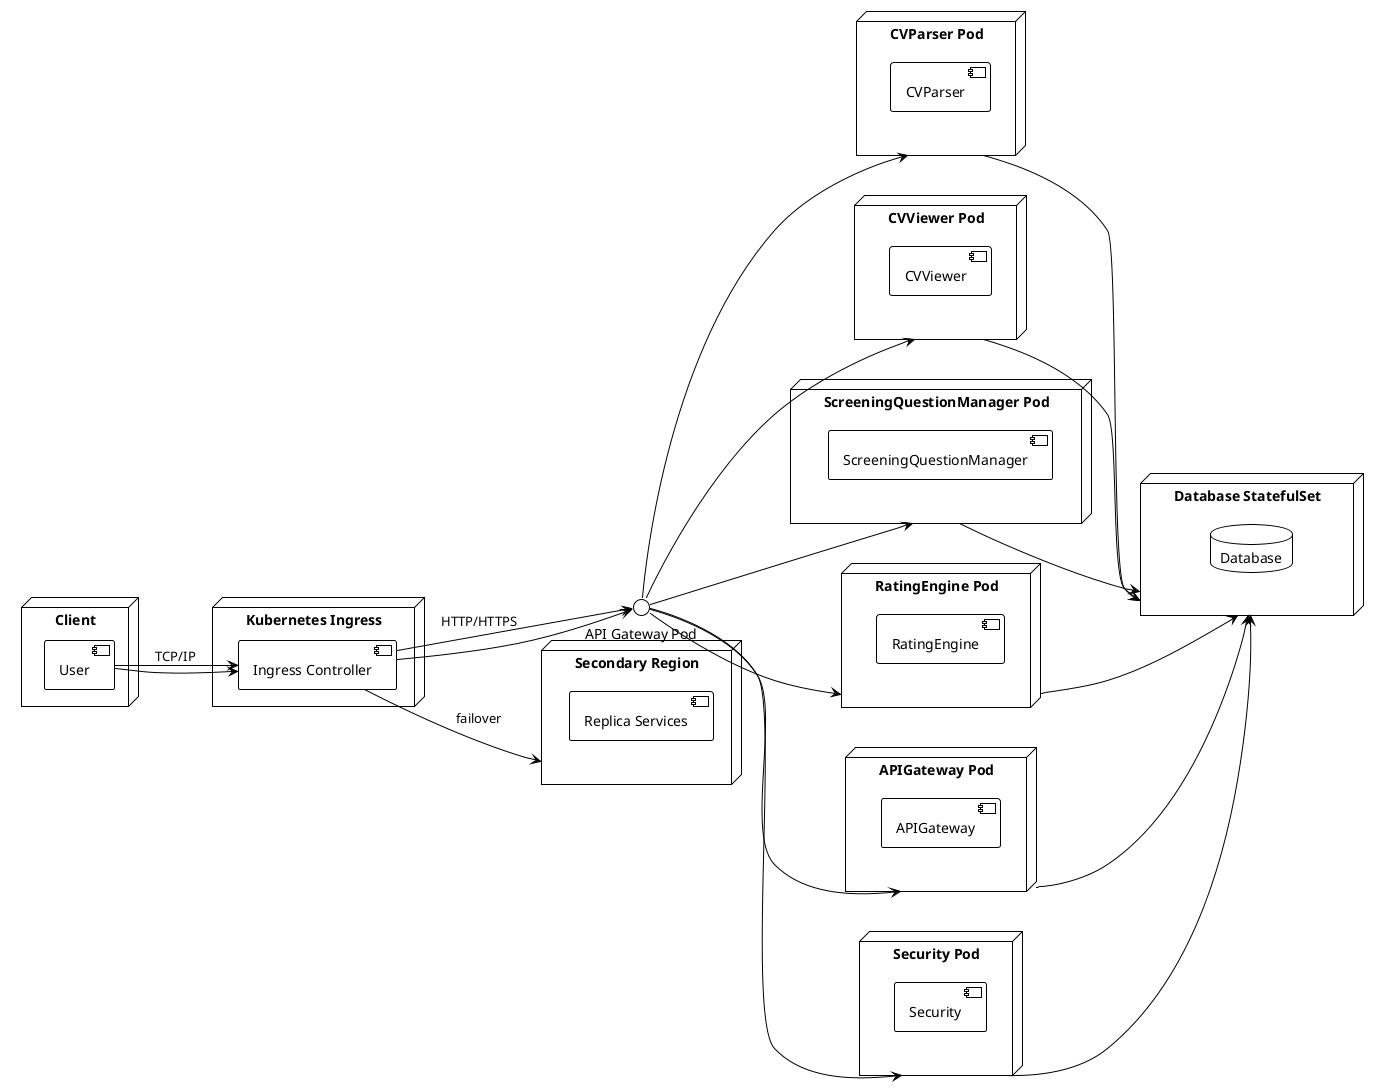
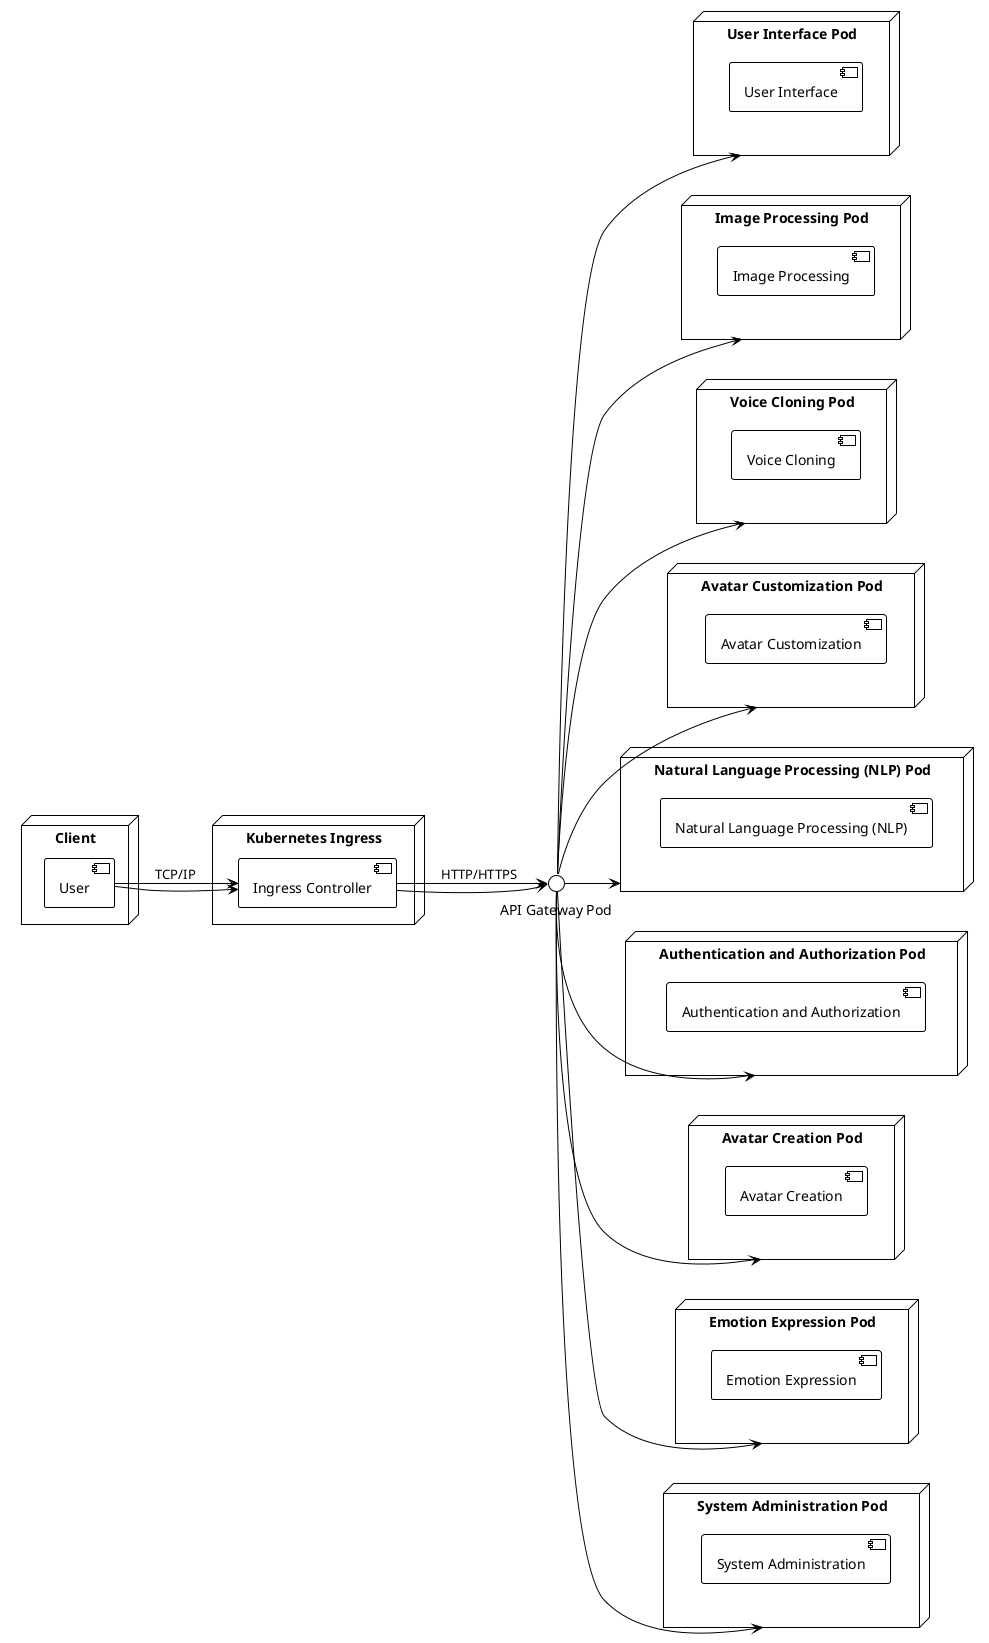
@startuml
!theme plain
left to right direction
node "Client" {
  component "User"
}
node "Kubernetes Ingress" {
  component "Ingress Controller"
}
- node "CVParser Pod" {
-   component "CVParser"
+ node "User Interface Pod" {
+   component "User Interface"
}
- node "CVViewer Pod" {
-   component "CVViewer"
+ node "Image Processing Pod" {
+   component "Image Processing"
}
- node "ScreeningQuestionManager Pod" {
-   component "ScreeningQuestionManager"
+ node "Voice Cloning Pod" {
+   component "Voice Cloning"
}
- node "RatingEngine Pod" {
-   component "RatingEngine"
+ node "Avatar Customization Pod" {
+   component "Avatar Customization"
}
- node "APIGateway Pod" {
-   component "APIGateway"
+ node "Natural Language Processing (NLP) Pod" {
+   component "Natural Language Processing (NLP)"
}
- node "Security Pod" {
-   component "Security"
+ node "Authentication and Authorization Pod" {
+   component "Authentication and Authorization"
}
- node "Database StatefulSet" {
-   database "Database"
+ node "Avatar Creation Pod" {
+   component "Avatar Creation"
+ }
+ node "Emotion Expression Pod" {
+   component "Emotion Expression"
+ }
+ node "System Administration Pod" {
+   component "System Administration"
}
"User" --> "Ingress Controller" : TCP/IP
"Ingress Controller" --> "API Gateway Pod" : HTTP/HTTPS
"User" --> "Ingress Controller"
"Ingress Controller" --> "API Gateway Pod"
- "API Gateway Pod" --> "CVParser Pod"
- "API Gateway Pod" --> "CVViewer Pod"
- "API Gateway Pod" --> "ScreeningQuestionManager Pod"
- "API Gateway Pod" --> "RatingEngine Pod"
- "API Gateway Pod" --> "APIGateway Pod"
- "API Gateway Pod" --> "Security Pod"
- "CVParser Pod" --> "Database StatefulSet"
- "CVViewer Pod" --> "Database StatefulSet"
- "ScreeningQuestionManager Pod" --> "Database StatefulSet"
- "RatingEngine Pod" --> "Database StatefulSet"
- "APIGateway Pod" --> "Database StatefulSet"
- "Security Pod" --> "Database StatefulSet"
- node "Secondary Region" {
-   component "Replica Services"
- }
- "Ingress Controller" --> "Secondary Region" : failover
+ "API Gateway Pod" --> "User Interface Pod"
+ "API Gateway Pod" --> "Image Processing Pod"
+ "API Gateway Pod" --> "Voice Cloning Pod"
+ "API Gateway Pod" --> "Avatar Customization Pod"
+ "API Gateway Pod" --> "Natural Language Processing (NLP) Pod"
+ "API Gateway Pod" --> "Authentication and Authorization Pod"
+ "API Gateway Pod" --> "Avatar Creation Pod"
+ "API Gateway Pod" --> "Emotion Expression Pod"
+ "API Gateway Pod" --> "System Administration Pod"
@enduml